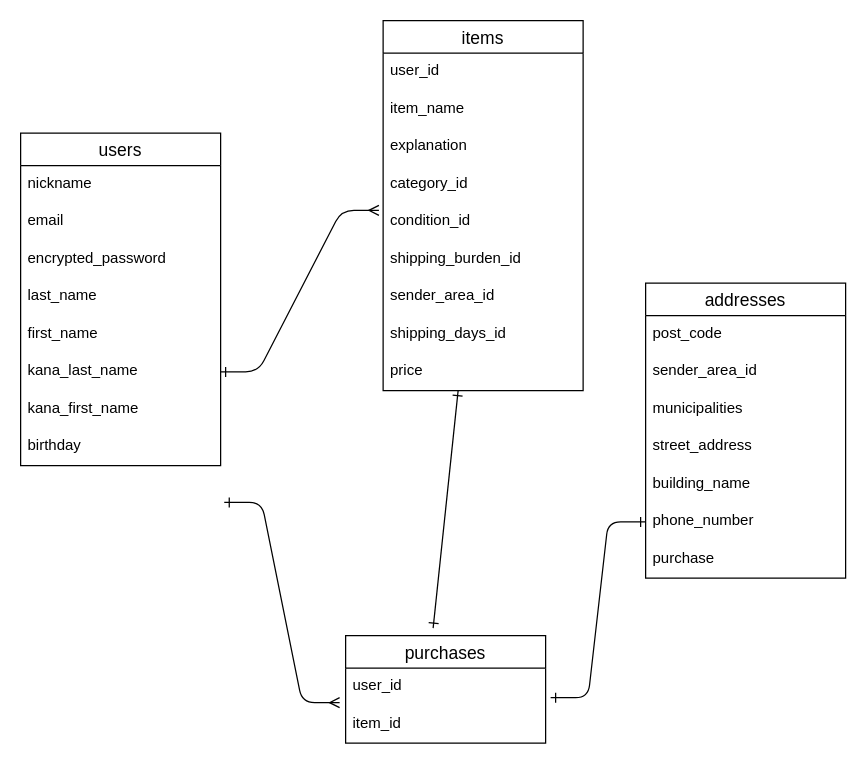
moonyu37/furima-38802 keeps this draw.io diagram as furima.dio. Above is the earlier version. Source tidied: cells renumbered, new cells numbered last; positions are measured from the earlier drawing's top-left corner, leaving out a move shared by most shapes. Both pictures are drawn from the tidied source at 125%, with x=0, y=0 at pixel (20, 20).
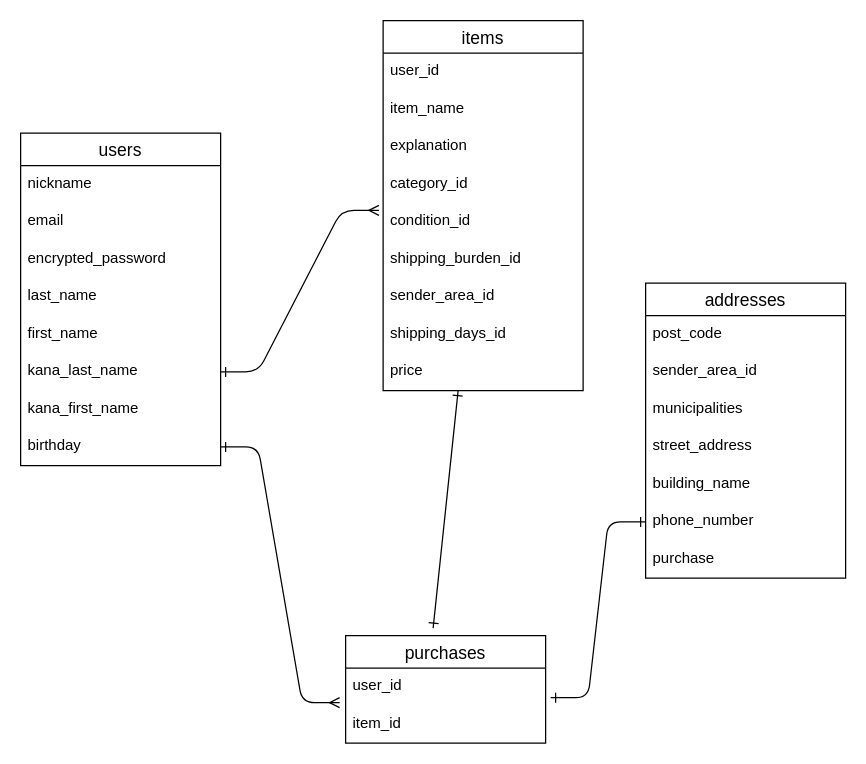
Above is the later version.

Commit message (it also covers changes not shown here):
テーブル設計_修正02

The change refers to these unchanged cells:
```xml
<mxCell id="10" value="birthday" style="text;strokeColor=none;fillColor=none;spacingLeft=4;spacingRight=4;overflow=hidden;points=[[0,0.5],[1,0.5]];portConstraint=eastwest;fontSize=12;" parent="2" vertex="1">
  <mxGeometry y="236" width="160" height="30" as="geometry" />
</mxCell>
<mxCell id="30" value="user_id" style="text;strokeColor=none;fillColor=none;spacingLeft=4;spacingRight=4;overflow=hidden;points=[[0,0.5],[1,0.5]];portConstraint=eastwest;fontSize=12;" parent="29" vertex="1">
  <mxGeometry y="26" width="160" height="30" as="geometry" />
</mxCell>
```

Change to the diagram source:
```diff
@@
-    <mxCell id="34" style="edgeStyle=entityRelationEdgeStyle;fontSize=12;html=1;endArrow=ERmany;startArrow=ERone;entryX=-0.03;entryY=0.92;entryDx=0;entryDy=0;entryPerimeter=0;exitX=1.018;exitY=0.98;exitDx=0;exitDy=0;startFill=0;endFill=0;exitPerimeter=0;" parent="1" edge="1" target="30">
-      <mxGeometry relative="1" as="geometry">
-        <mxPoint x="162.9" y="385.4" as="sourcePoint" />
-      </mxGeometry>
+    <mxCell id="34" style="edgeStyle=entityRelationEdgeStyle;fontSize=12;html=1;endArrow=ERmany;startArrow=ERone;entryX=-0.03;entryY=0.92;entryDx=0;entryDy=0;entryPerimeter=0;startFill=0;endFill=0;exitX=1;exitY=0.5;exitDx=0;exitDy=0;" parent="1" edge="1" source="10" target="30">
+      <mxGeometry relative="1" as="geometry" />
     </mxCell>
```
